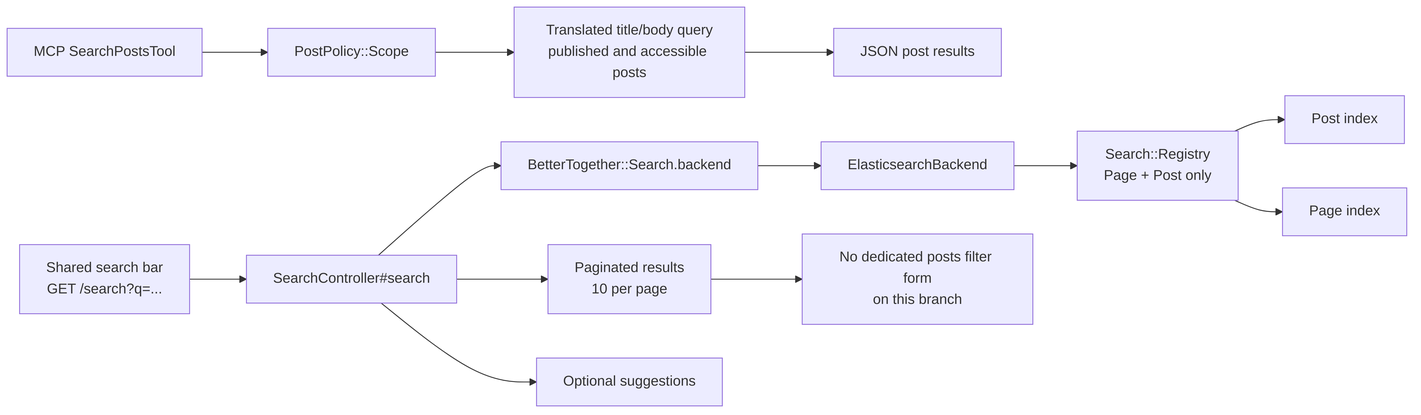
Above: docs/diagrams/exports/png/posts_search_and_filter_flow.png in better-together-org/community-engine-rails (Mermaid), before the change. Its source is kept beside it as docs/diagrams/source/posts_search_and_filter_flow.mmd.
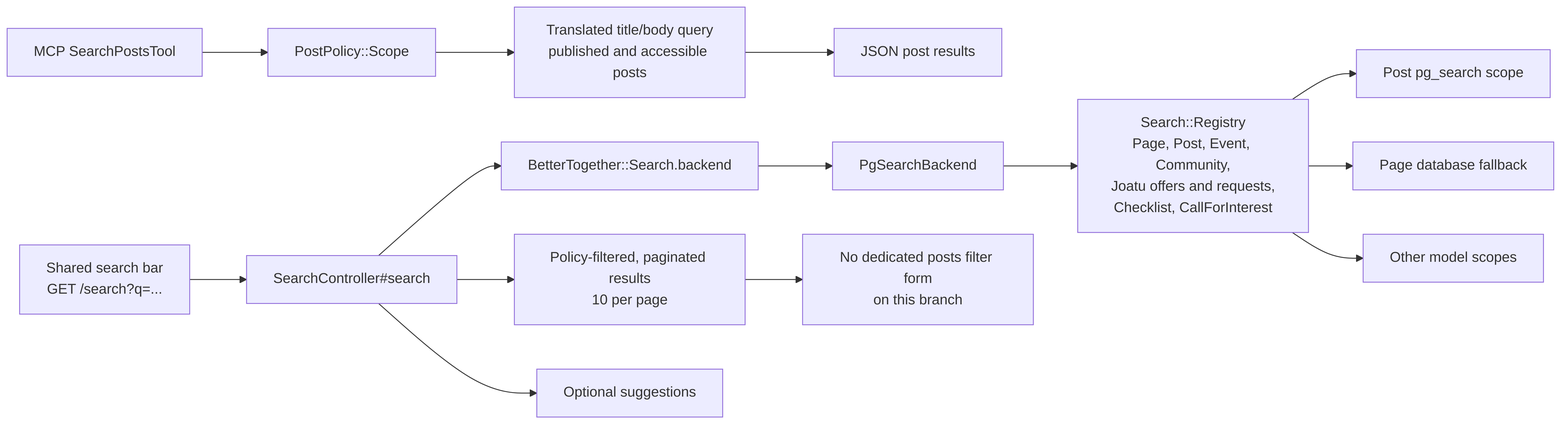
After the commit.

Diff of the diagram source:
```diff
@@ -2,12 +2,15 @@
             SearchBar[Shared search bar
 GET /search?q=...] --> SearchController[SearchController#search]
             SearchController --> SearchBackend[BetterTogether::Search.backend]
-            SearchBackend --> ElasticsearchBackend[ElasticsearchBackend]
-            ElasticsearchBackend --> Registry[Search::Registry
-Page + Post only]
-            Registry --> PostIndex[Post index]
-            Registry --> PageIndex[Page index]
-            SearchController --> Results[Paginated results
+            SearchBackend --> PgSearchBackend[PgSearchBackend]
+            PgSearchBackend --> Registry[Search::Registry
+Page, Post, Event, Community,
+Joatu offers and requests,
+Checklist, CallForInterest]
+            Registry --> PostScope1[Post pg_search scope]
+            Registry --> PageScope[Page database fallback]
+            Registry --> OtherScopes[Other model scopes]
+            SearchController --> Results[Policy-filtered, paginated results
 10 per page]
             SearchController --> Suggestions[Optional suggestions]
 
```
